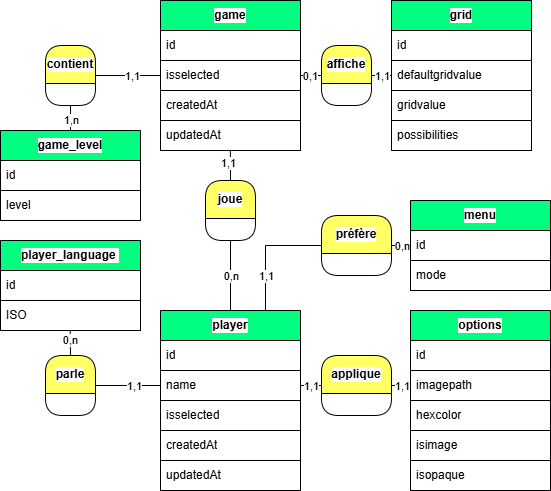
The draw.io diagram .myresources/design_and_modeling/merise/MCD.drawio.png in Lob2018/SudokuFX, before a commit. Source tidied: cells renumbered, new cells last; positions are measured from the earlier drawing's top-left corner, leaving out a move shared by most shapes.
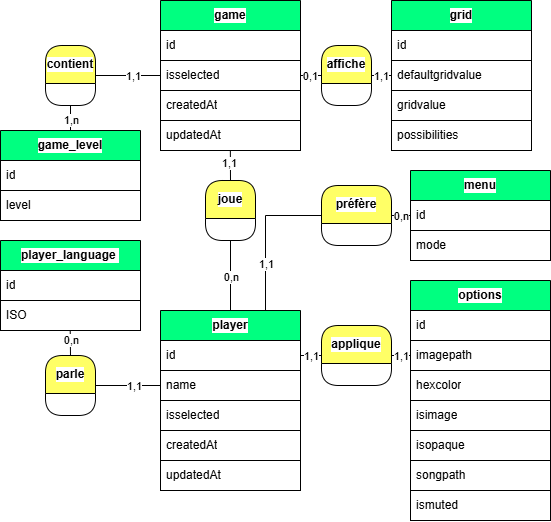
The same diagram one commit later.

Change to the diagram source:
```diff
@@ -115,7 +115,7 @@
       </mxGeometry>
     </mxCell>
     <mxCell id="36" value="options" style="swimlane;fontStyle=1;horizontal=1;startSize=30;whiteSpace=wrap;html=1;swimlaneLine=1;fontColor=#000000;labelBorderColor=none;strokeColor=#000000;fillColor=#00FF80;swimlaneFillColor=none;gradientColor=none;labelBackgroundColor=#FFFFFF;" parent="1" vertex="1">
-      <mxGeometry x="410" y="310" width="140" height="180" as="geometry" />
+      <mxGeometry x="410" y="280" width="140" height="240" as="geometry" />
     </mxCell>
     <mxCell id="37" value="id" style="text;strokeColor=#000000;fillColor=#FFFFFF;align=left;verticalAlign=middle;spacingLeft=4;spacingRight=4;overflow=hidden;whiteSpace=wrap;html=1;fontColor=#000000;labelBorderColor=none;swimlaneFillColor=none;gradientColor=none;labelBackgroundColor=#FFFFFF;" parent="36" vertex="1">
       <mxGeometry y="30" width="140" height="30" as="geometry" />
@@ -132,10 +132,16 @@
     <mxCell id="41" value="isopaque" style="text;strokeColor=#000000;fillColor=#FFFFFF;align=left;verticalAlign=middle;spacingLeft=4;spacingRight=4;overflow=hidden;whiteSpace=wrap;html=1;fontColor=#000000;labelBorderColor=none;swimlaneFillColor=none;gradientColor=none;labelBackgroundColor=#FFFFFF;" parent="36" vertex="1">
       <mxGeometry y="150" width="140" height="30" as="geometry" />
     </mxCell>
+    <mxCell id="63" value="songpath" style="text;strokeColor=#000000;fillColor=#FFFFFF;align=left;verticalAlign=middle;spacingLeft=4;spacingRight=4;overflow=hidden;whiteSpace=wrap;html=1;fontColor=#000000;labelBorderColor=none;swimlaneFillColor=none;gradientColor=none;labelBackgroundColor=#FFFFFF;" parent="36" vertex="1">
+      <mxGeometry y="180" width="140" height="30" as="geometry" />
+    </mxCell>
+    <mxCell id="64" value="ismuted" style="text;strokeColor=#000000;fillColor=#FFFFFF;align=left;verticalAlign=middle;spacingLeft=4;spacingRight=4;overflow=hidden;whiteSpace=wrap;html=1;fontColor=#000000;labelBorderColor=none;swimlaneFillColor=none;gradientColor=none;labelBackgroundColor=#FFFFFF;" parent="36" vertex="1">
+      <mxGeometry y="210" width="140" height="30" as="geometry" />
+    </mxCell>
     <mxCell id="42" value="applique" style="swimlane;fontStyle=1;horizontal=1;startSize=38;whiteSpace=wrap;html=1;swimlaneLine=1;rounded=1;fontColor=#000000;labelBorderColor=none;strokeColor=#000000;fillColor=#FFFF66;swimlaneFillColor=none;gradientColor=none;labelBackgroundColor=#FFFFFF;" parent="1" vertex="1">
-      <mxGeometry x="321" y="355" width="70" height="60" as="geometry" />
+      <mxGeometry x="321" y="325" width="70" height="60" as="geometry" />
     </mxCell>
-    <mxCell id="43" style="edgeStyle=none;html=1;fontColor=#FFFFFF;endArrow=none;endFill=0;strokeColor=#000000;labelBackgroundColor=#FFFFFF;exitX=0;exitY=0.5;exitDx=0;exitDy=0;entryX=1;entryY=0.5;entryDx=0;entryDy=0;" parent="1" edge="1" source="42" target="4">
+    <mxCell id="43" style="edgeStyle=none;html=1;fontColor=#FFFFFF;endArrow=none;endFill=0;strokeColor=#000000;labelBackgroundColor=#FFFFFF;exitX=0;exitY=0.5;exitDx=0;exitDy=0;entryX=1;entryY=0.5;entryDx=0;entryDy=0;" parent="1" edge="1" source="42" target="3">
       <mxGeometry relative="1" as="geometry" />
     </mxCell>
     <mxCell id="44" value="1,1" style="edgeLabel;html=1;align=center;verticalAlign=middle;fontColor=#000000;labelBackgroundColor=#FFFFFF;" parent="43" vertex="1">
@@ -178,7 +184,7 @@
       </mxGeometry>
     </mxCell>
     <mxCell id="55" value="menu" style="swimlane;fontStyle=1;horizontal=1;startSize=30;whiteSpace=wrap;html=1;swimlaneLine=1;fontColor=#000000;labelBorderColor=none;strokeColor=#000000;fillColor=#00FF80;swimlaneFillColor=none;gradientColor=none;labelBackgroundColor=#FFFFFF;" parent="1" vertex="1">
-      <mxGeometry x="410" y="200" width="140" height="90" as="geometry" />
+      <mxGeometry x="410" y="170" width="140" height="90" as="geometry" />
     </mxCell>
     <mxCell id="56" value="id" style="text;strokeColor=#000000;fillColor=#FFFFFF;align=left;verticalAlign=middle;spacingLeft=4;spacingRight=4;overflow=hidden;points=[[0,0.5],[1,0.5]];portConstraint=eastwest;whiteSpace=wrap;html=1;fontColor=#000000;labelBorderColor=none;swimlaneFillColor=none;gradientColor=none;labelBackgroundColor=#FFFFFF;" parent="55" vertex="1">
       <mxGeometry y="30" width="140" height="30" as="geometry" />
@@ -187,12 +193,12 @@
       <mxGeometry y="60" width="140" height="30" as="geometry" />
     </mxCell>
     <mxCell id="58" value="préfère" style="swimlane;fontStyle=1;horizontal=1;startSize=38;whiteSpace=wrap;html=1;swimlaneLine=1;rounded=1;fontColor=#000000;labelBorderColor=none;strokeColor=#000000;fillColor=#FFFF66;swimlaneFillColor=none;gradientColor=none;labelBackgroundColor=#FFFFFF;" parent="1" vertex="1">
-      <mxGeometry x="321" y="215" width="70" height="60" as="geometry" />
+      <mxGeometry x="321" y="185" width="70" height="60" as="geometry" />
     </mxCell>
     <mxCell id="59" style="edgeStyle=none;html=1;fontColor=#FFFFFF;endArrow=none;endFill=0;strokeColor=#000000;labelBackgroundColor=#FFFFFF;exitX=0;exitY=0.5;exitDx=0;exitDy=0;entryX=0.75;entryY=0;entryDx=0;entryDy=0;rounded=0;" parent="1" edge="1" source="58" target="2">
       <mxGeometry relative="1" as="geometry">
         <Array as="points">
-          <mxPoint x="265" y="245" />
+          <mxPoint x="265" y="215" />
         </Array>
       </mxGeometry>
     </mxCell>
```
